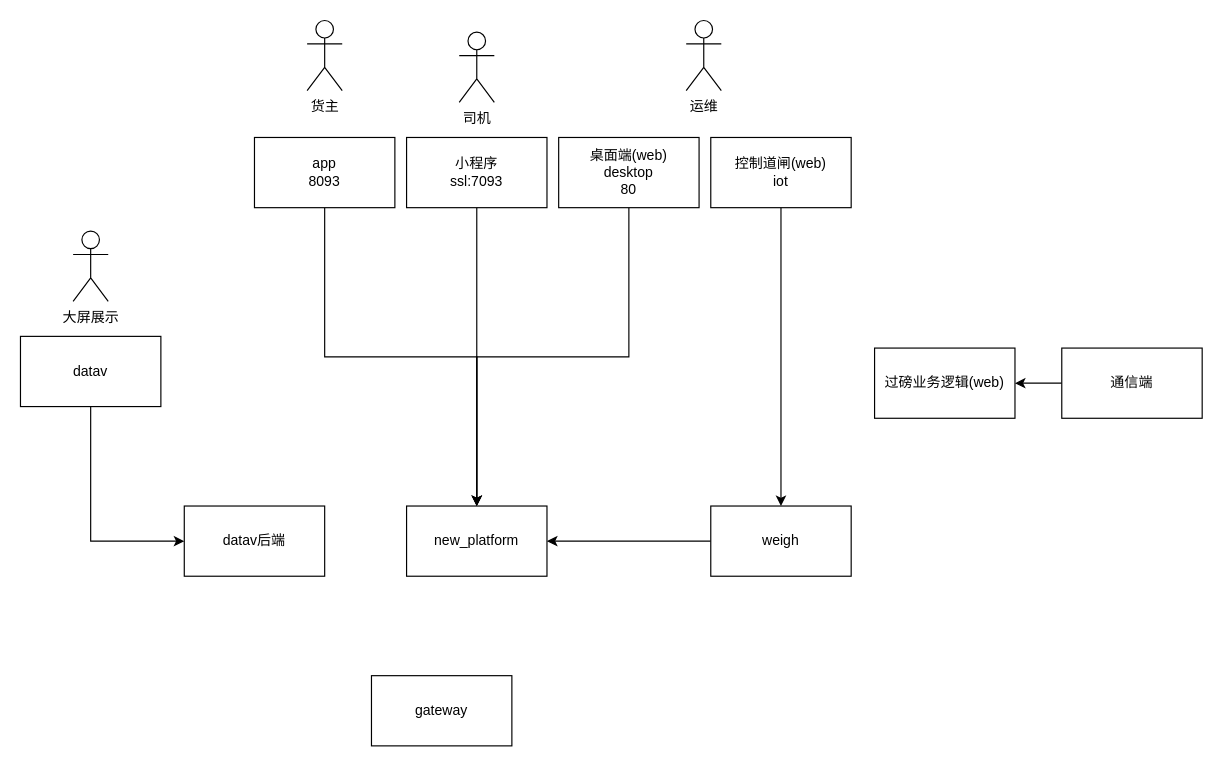
The draw.io diagram 互链站台网络拓扑.drawio in lipeng260/drawio, before the edit. Source tidied: cells renumbered, new cells numbered last; positions are measured from the earlier drawing's top-left corner, leaving out a move shared by most shapes. Both pictures are drawn from the tidied source at 117%, with x=0, y=0 at pixel (20, 20).
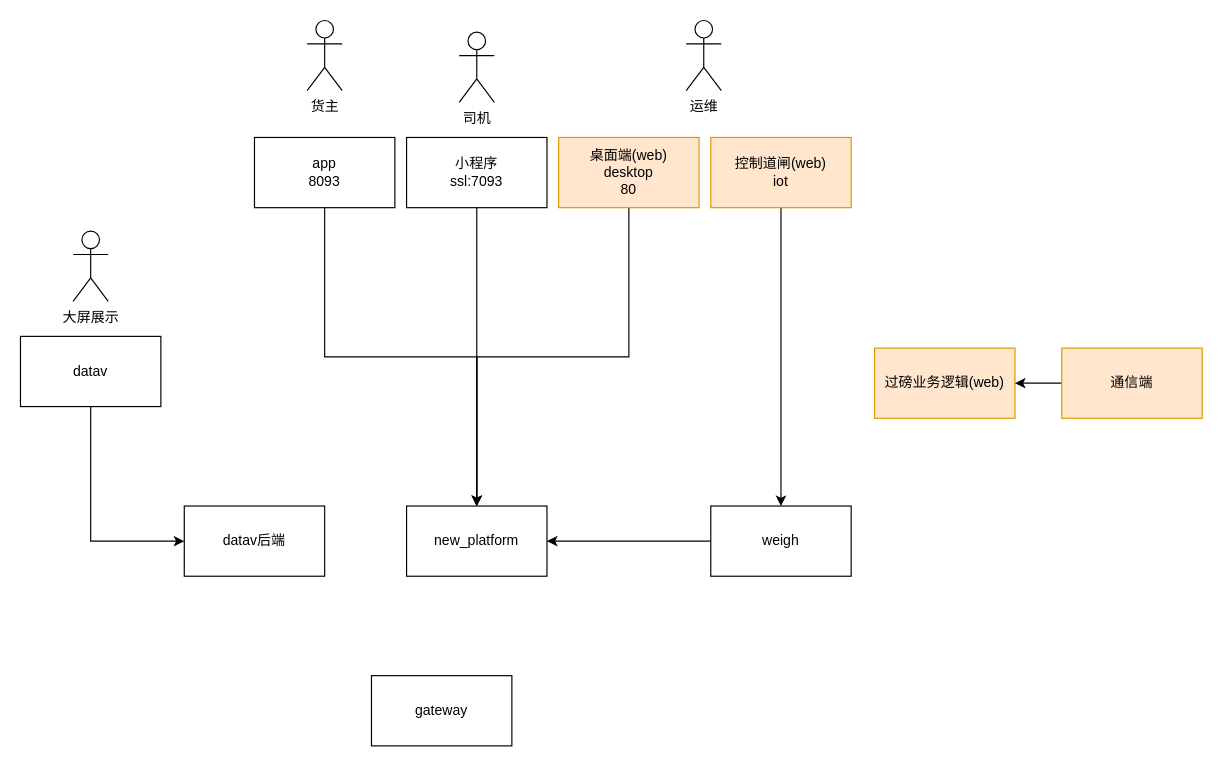
The same diagram, later.

Commit message:
Update 互链站台网络拓扑.drawio

What changed in the source:
```diff
@@
-    <mxCell id="3" value="桌面端(web)&lt;br&gt;desktop&lt;br&gt;80" style="rounded=0;whiteSpace=wrap;html=1;" parent="1" vertex="1">
+    <mxCell id="3" value="桌面端(web)&lt;br&gt;desktop&lt;br&gt;80" style="rounded=0;whiteSpace=wrap;html=1;fillColor=#ffe6cc;strokeColor=#d79b00;" parent="1" vertex="1">
       <mxGeometry x="460" y="100" width="120" height="60" as="geometry" />
     </mxCell>
@@
-    <mxCell id="5" value="控制道闸(web)&lt;br&gt;iot" style="rounded=0;whiteSpace=wrap;html=1;" parent="1" vertex="1">
+    <mxCell id="5" value="控制道闸(web)&lt;br&gt;iot" style="rounded=0;whiteSpace=wrap;html=1;fillColor=#ffe6cc;strokeColor=#d79b00;" parent="1" vertex="1">
       <mxGeometry x="590" y="100" width="120" height="60" as="geometry" />
     </mxCell>
-    <mxCell id="6" value="过磅业务逻辑(web)" style="rounded=0;whiteSpace=wrap;html=1;" parent="1" vertex="1">
+    <mxCell id="6" value="过磅业务逻辑(web)" style="rounded=0;whiteSpace=wrap;html=1;fillColor=#ffe6cc;strokeColor=#d79b00;" parent="1" vertex="1">
       <mxGeometry x="730" y="280" width="120" height="60" as="geometry" />
     </mxCell>
@@
-    <mxCell id="16" value="通信端" style="rounded=0;whiteSpace=wrap;html=1;" parent="1" vertex="1">
+    <mxCell id="16" value="通信端" style="rounded=0;whiteSpace=wrap;html=1;fillColor=#ffe6cc;strokeColor=#d79b00;" parent="1" vertex="1">
       <mxGeometry x="890" y="280" width="120" height="60" as="geometry" />
     </mxCell>
```
